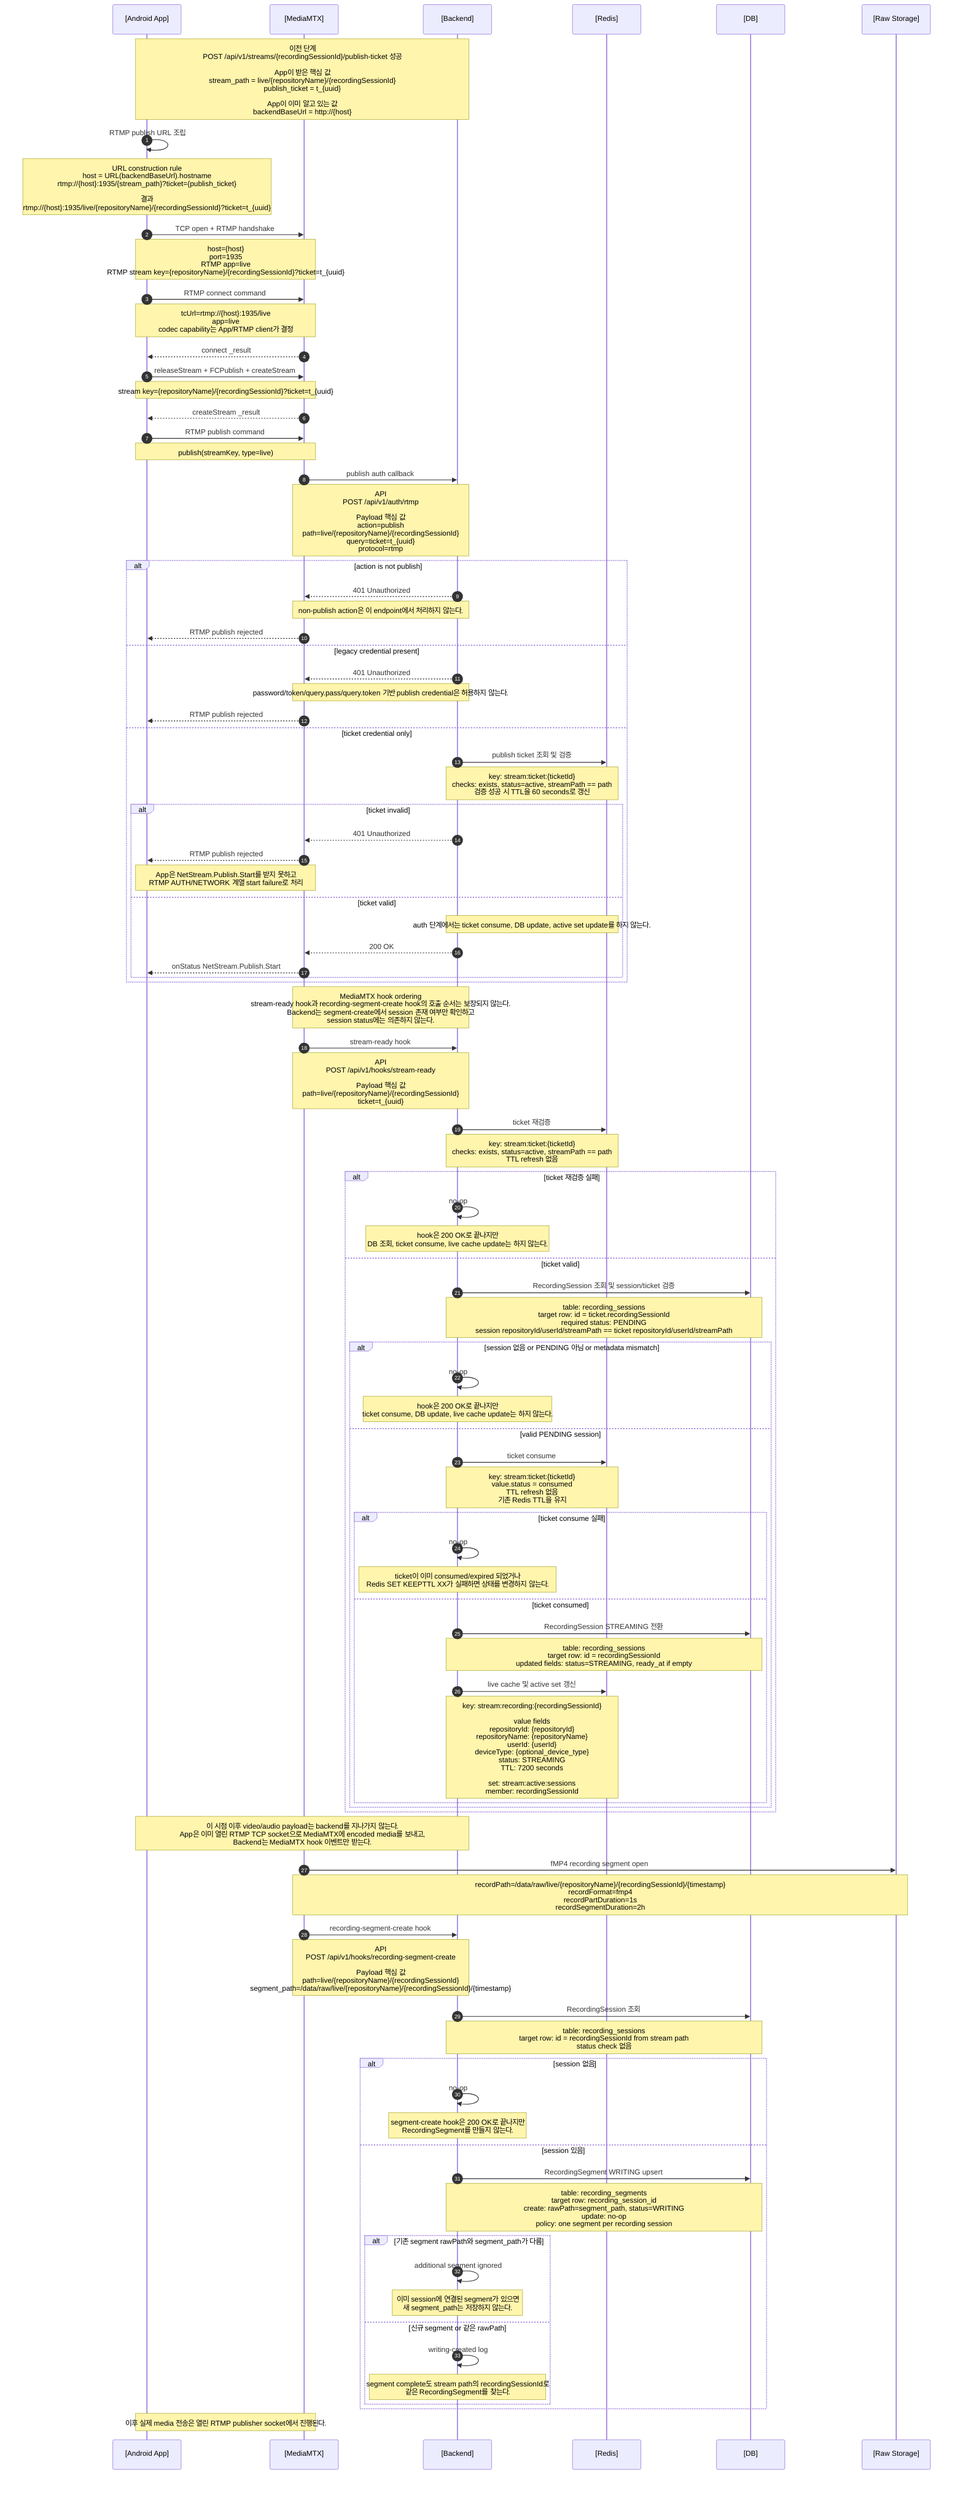
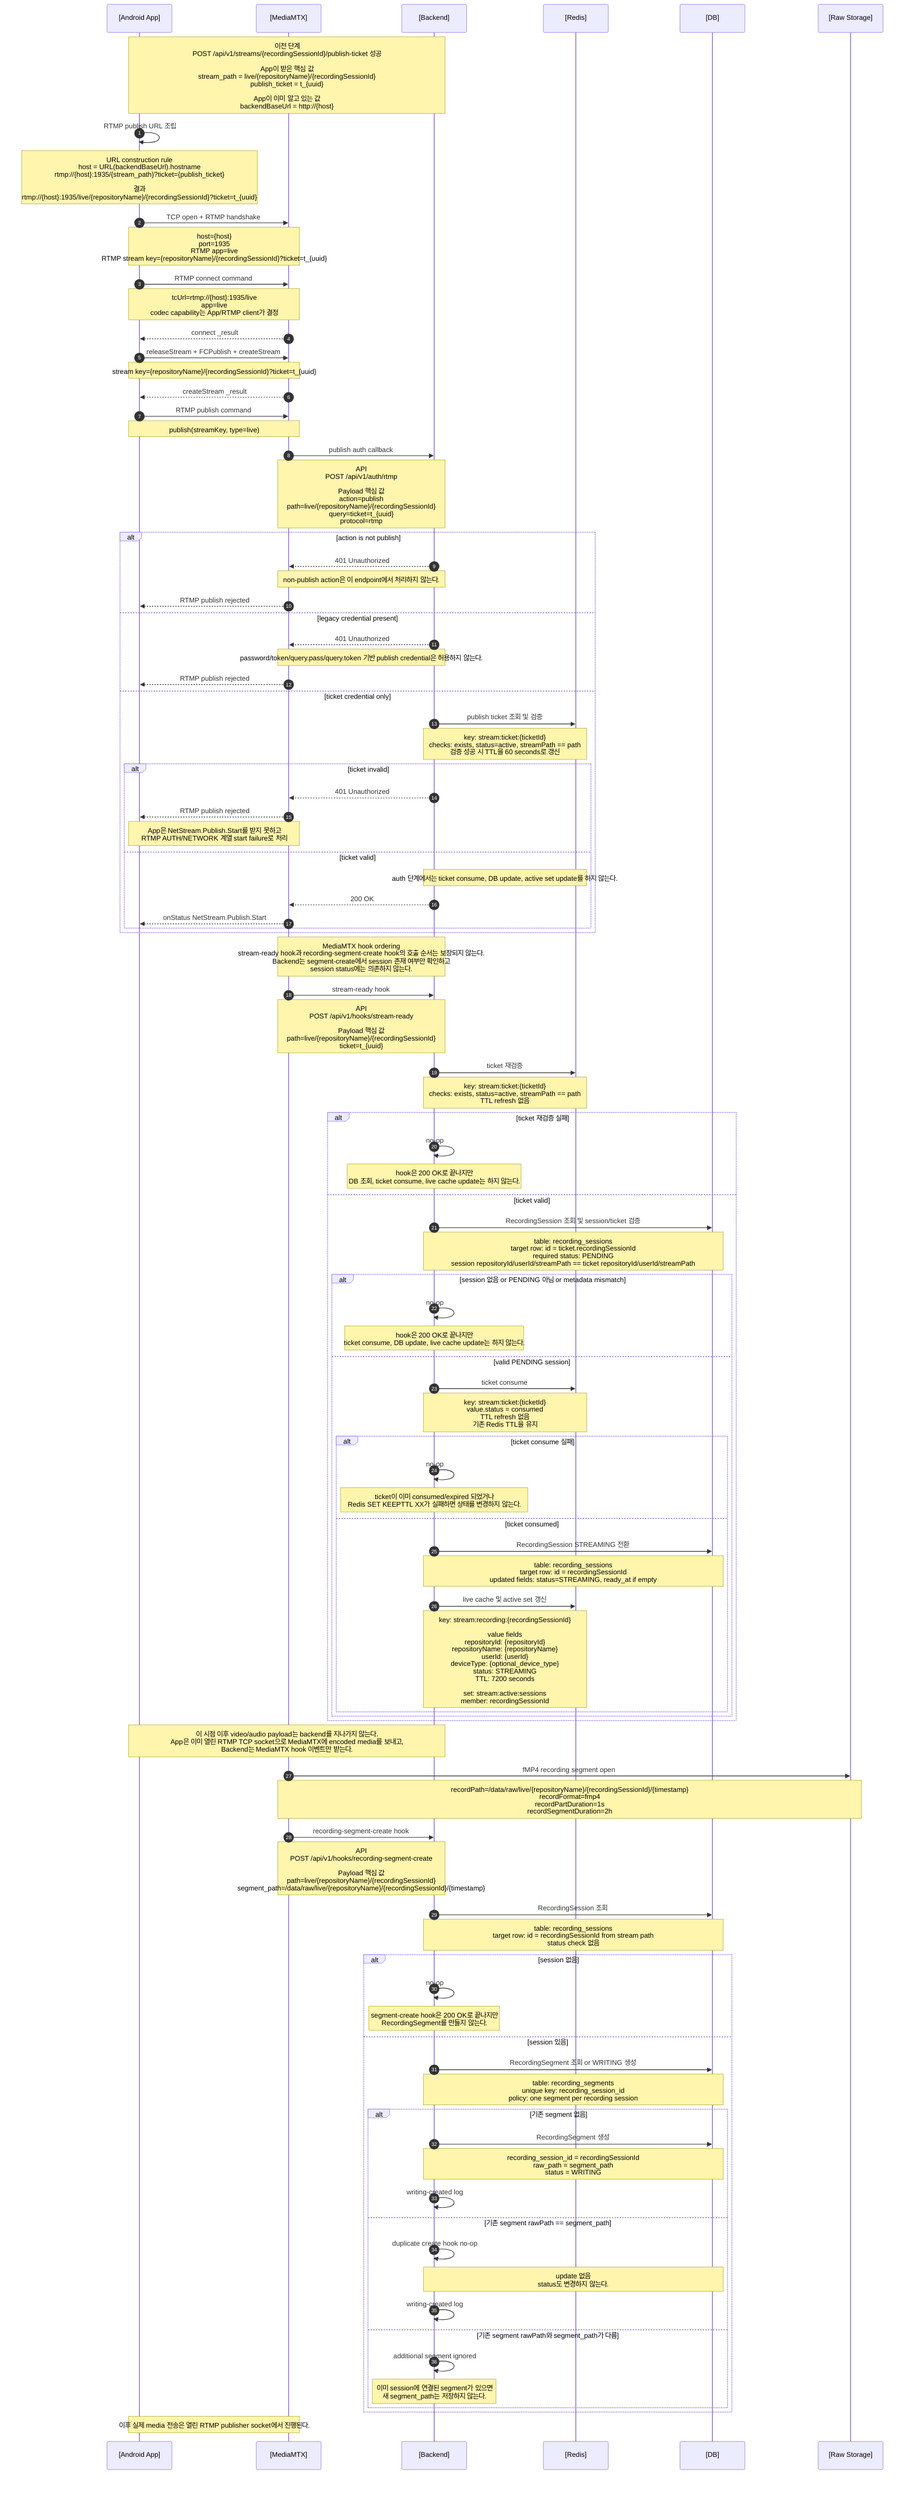
sequenceDiagram
  autonumber
  participant App as [Android App]
  participant MTX as [MediaMTX]
  participant Backend as [Backend]
  participant Redis as [Redis]
  participant DB as [DB]
  participant Storage as [Raw Storage]

  Note over App,Backend: 이전 단계<br/>POST /api/v1/streams/{recordingSessionId}/publish-ticket 성공<br/><br/>App이 받은 핵심 값<br/>stream_path = live/{repositoryName}/{recordingSessionId}<br/>publish_ticket = t_{uuid}<br/><br/>App이 이미 알고 있는 값<br/>backendBaseUrl = http://{host}

  App->>App: RTMP publish URL 조립
  Note over App: URL construction rule<br/>host = URL(backendBaseUrl).hostname<br/>rtmp://{host}:1935/{stream_path}?ticket={publish_ticket}<br/><br/>결과<br/>rtmp://{host}:1935/live/{repositoryName}/{recordingSessionId}?ticket=t_{uuid}

  App->>MTX: TCP open + RTMP handshake
  Note over App,MTX: host={host}<br/>port=1935<br/>RTMP app=live<br/>RTMP stream key={repositoryName}/{recordingSessionId}?ticket=t_{uuid}

  App->>MTX: RTMP connect command
  Note over App,MTX: tcUrl=rtmp://{host}:1935/live<br/>app=live<br/>codec capability는 App/RTMP client가 결정
  MTX-->>App: connect _result

  App->>MTX: releaseStream + FCPublish + createStream
  Note over App,MTX: stream key={repositoryName}/{recordingSessionId}?ticket=t_{uuid}
  MTX-->>App: createStream _result

  App->>MTX: RTMP publish command
  Note over App,MTX: publish(streamKey, type=live)

  MTX->>Backend: publish auth callback
  Note over MTX,Backend: API<br/>POST /api/v1/auth/rtmp<br/><br/>Payload 핵심 값<br/>action=publish<br/>path=live/{repositoryName}/{recordingSessionId}<br/>query=ticket=t_{uuid}<br/>protocol=rtmp

  alt action is not publish
    Backend-->>MTX: 401 Unauthorized
    Note over Backend,MTX: non-publish action은 이 endpoint에서 처리하지 않는다.
    MTX-->>App: RTMP publish rejected
  else legacy credential present
    Backend-->>MTX: 401 Unauthorized
    Note over Backend,MTX: password/token/query.pass/query.token 기반 publish credential은 허용하지 않는다.
    MTX-->>App: RTMP publish rejected
  else ticket credential only
    Backend->>Redis: publish ticket 조회 및 검증
    Note over Backend,Redis: key: stream:ticket:{ticketId}<br/>checks: exists, status=active, streamPath == path<br/>검증 성공 시 TTL을 60 seconds로 갱신

    alt ticket invalid
      Backend-->>MTX: 401 Unauthorized
      MTX-->>App: RTMP publish rejected
      Note over App,MTX: App은 NetStream.Publish.Start를 받지 못하고<br/>RTMP AUTH/NETWORK 계열 start failure로 처리
    else ticket valid
      Note over Backend,Redis: auth 단계에서는 ticket consume, DB update, active set update를 하지 않는다.
      Backend-->>MTX: 200 OK
      MTX-->>App: onStatus NetStream.Publish.Start
    end
  end

  Note over MTX,Backend: MediaMTX hook ordering<br/>stream-ready hook과 recording-segment-create hook의 호출 순서는 보장되지 않는다.<br/>Backend는 segment-create에서 session 존재 여부만 확인하고<br/>session status에는 의존하지 않는다.

  MTX->>Backend: stream-ready hook
  Note over MTX,Backend: API<br/>POST /api/v1/hooks/stream-ready<br/><br/>Payload 핵심 값<br/>path=live/{repositoryName}/{recordingSessionId}<br/>ticket=t_{uuid}

  Backend->>Redis: ticket 재검증
  Note over Backend,Redis: key: stream:ticket:{ticketId}<br/>checks: exists, status=active, streamPath == path<br/>TTL refresh 없음

  alt ticket 재검증 실패
    Backend->>Backend: no-op
    Note over Backend: hook은 200 OK로 끝나지만<br/>DB 조회, ticket consume, live cache update는 하지 않는다.
  else ticket valid
    Backend->>DB: RecordingSession 조회 및 session/ticket 검증
    Note over Backend,DB: table: recording_sessions<br/>target row: id = ticket.recordingSessionId<br/>required status: PENDING<br/>session repositoryId/userId/streamPath == ticket repositoryId/userId/streamPath

    alt session 없음 or PENDING 아님 or metadata mismatch
      Backend->>Backend: no-op
      Note over Backend: hook은 200 OK로 끝나지만<br/>ticket consume, DB update, live cache update는 하지 않는다.
    else valid PENDING session
    Backend->>Redis: ticket consume
    Note over Backend,Redis: key: stream:ticket:{ticketId}<br/>value.status = consumed<br/>TTL refresh 없음<br/>기존 Redis TTL을 유지

      alt ticket consume 실패
        Backend->>Backend: no-op
        Note over Backend: ticket이 이미 consumed/expired 되었거나<br/>Redis SET KEEPTTL XX가 실패하면 상태를 변경하지 않는다.
      else ticket consumed
        Backend->>DB: RecordingSession STREAMING 전환
        Note over Backend,DB: table: recording_sessions<br/>target row: id = recordingSessionId<br/>updated fields: status=STREAMING, ready_at if empty

        Backend->>Redis: live cache 및 active set 갱신
        Note over Backend,Redis: key: stream:recording:{recordingSessionId}<br/><br/>value fields<br/>repositoryId: {repositoryId}<br/>repositoryName: {repositoryName}<br/>userId: {userId}<br/>deviceType: {optional_device_type}<br/>status: STREAMING<br/>TTL: 7200 seconds<br/><br/>set: stream:active:sessions<br/>member: recordingSessionId
      end
    end
  end

  Note over App,Backend: 이 시점 이후 video/audio payload는 backend를 지나가지 않는다.<br/>App은 이미 열린 RTMP TCP socket으로 MediaMTX에 encoded media를 보내고,<br/>Backend는 MediaMTX hook 이벤트만 받는다.

  MTX->>Storage: fMP4 recording segment open
  Note over MTX,Storage: recordPath=/data/raw/live/{repositoryName}/{recordingSessionId}/{timestamp}<br/>recordFormat=fmp4<br/>recordPartDuration=1s<br/>recordSegmentDuration=2h

  MTX->>Backend: recording-segment-create hook
  Note over MTX,Backend: API<br/>POST /api/v1/hooks/recording-segment-create<br/><br/>Payload 핵심 값<br/>path=live/{repositoryName}/{recordingSessionId}<br/>segment_path=/data/raw/live/{repositoryName}/{recordingSessionId}/{timestamp}

  Backend->>DB: RecordingSession 조회
  Note over Backend,DB: table: recording_sessions<br/>target row: id = recordingSessionId from stream path<br/>status check 없음

  alt session 없음
    Backend->>Backend: no-op
    Note over Backend: segment-create hook은 200 OK로 끝나지만<br/>RecordingSegment를 만들지 않는다.
  else session 있음
-     Backend->>DB: RecordingSegment WRITING upsert
-     Note over Backend,DB: table: recording_segments<br/>target row: recording_session_id<br/>create: rawPath=segment_path, status=WRITING<br/>update: no-op<br/>policy: one segment per recording session
+     Backend->>DB: RecordingSegment 조회 or WRITING 생성
+     Note over Backend,DB: table: recording_segments<br/>unique key: recording_session_id<br/>policy: one segment per recording session

-     alt 기존 segment rawPath와 segment_path가 다름
+     alt 기존 segment 없음
+       Backend->>DB: RecordingSegment 생성
+       Note over Backend,DB: recording_session_id = recordingSessionId<br/>raw_path = segment_path<br/>status = WRITING
+       Backend->>Backend: writing-created log
+     else 기존 segment rawPath == segment_path
+       Backend->>Backend: duplicate create hook no-op
+       Note over Backend,DB: update 없음<br/>status도 변경하지 않는다.
+       Backend->>Backend: writing-created log
+     else 기존 segment rawPath와 segment_path가 다름
      Backend->>Backend: additional segment ignored
      Note over Backend: 이미 session에 연결된 segment가 있으면<br/>새 segment_path는 저장하지 않는다.
-     else 신규 segment or 같은 rawPath
-       Backend->>Backend: writing-created log
-       Note over Backend: segment complete도 stream path의 recordingSessionId로<br/>같은 RecordingSegment를 찾는다.
    end
  end

  Note over App,MTX: 이후 실제 media 전송은 열린 RTMP publisher socket에서 진행된다.

%% 참고:
%% 이 문서는 publish-ticket 발급 이후 RTMP publish 인증, stream-ready, live cache 등록,
%% 첫 recording segment 생성까지만 다룬다.
%% 실제 RTMP media chunk 전송부터 stream 종료, hook 처리, finalize enqueue까지는
%% .mermaid/4.rtmp-stream.mmd에서 다룬다.
